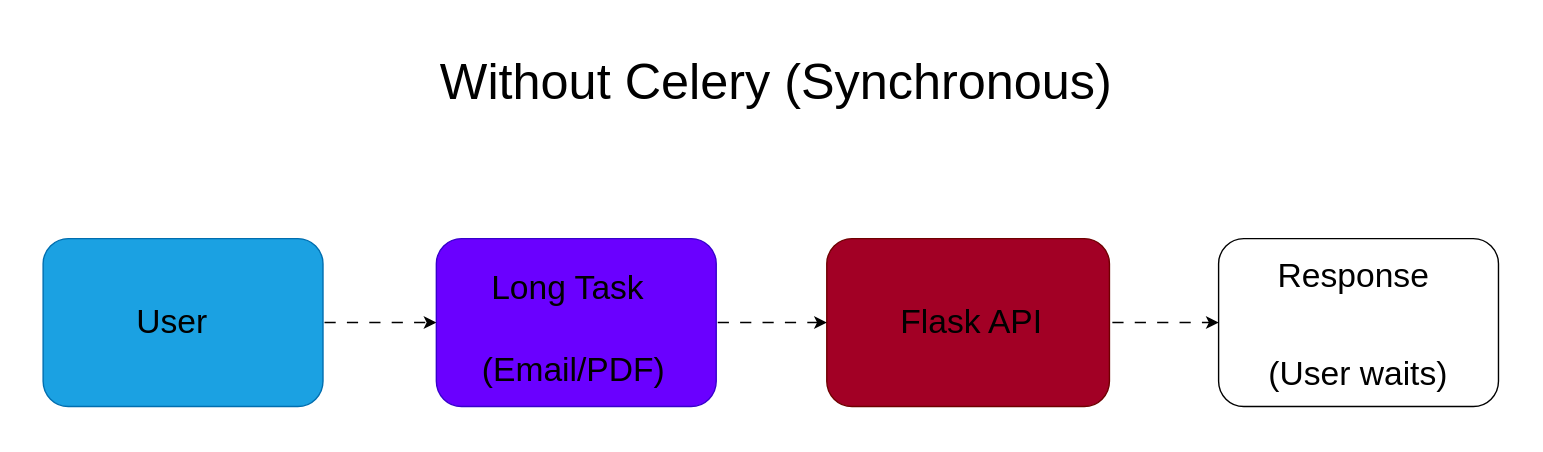
Earlier version of the draw.io export Lab/Lab 5/image/without celery synchronours.drawio.svg (iftakhar-323/lab). Source tidied: cells renumbered, new cells last; positions are measured from the earlier drawing's top-left corner, leaving out a move shared by most shapes.
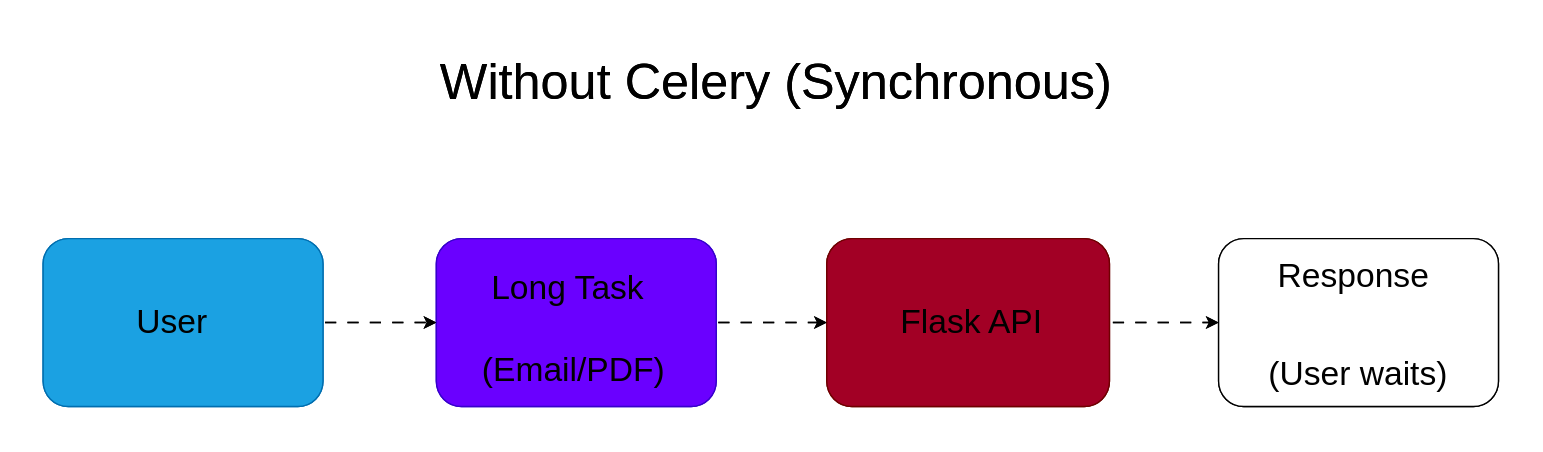
The same diagram one commit later.

Diff of the diagram source:
```diff
@@ -2,43 +2,81 @@
   <root>
     <mxCell id="0" />
     <mxCell id="1" parent="0" />
-    <mxCell id="2" value="&lt;font style=&quot;font-size: 36px;&quot;&gt;Without Celery (Synchronous)&lt;/font&gt;" style="text;whiteSpace=wrap;html=1;" parent="1" vertex="1">
-      <mxGeometry x="282" width="600" height="40" as="geometry" />
-    </mxCell>
-    <mxCell id="3" style="rounded=1;whiteSpace=wrap;html=1;fillColor=light-dark(#1BA1E2,#FFCCCC);strokeColor=#006EAF;fontColor=#ffffff;" parent="1" vertex="1">
-      <mxGeometry y="140" width="200" height="120" as="geometry" />
-    </mxCell>
-    <mxCell id="4" style="rounded=1;whiteSpace=wrap;html=1;fillColor=light-dark(#6A00FF,#FFCCCC);fontColor=#ffffff;strokeColor=#3700CC;" parent="1" vertex="1">
-      <mxGeometry x="281" y="140" width="200" height="120" as="geometry" />
-    </mxCell>
-    <mxCell id="5" style="rounded=1;whiteSpace=wrap;html=1;fillColor=light-dark(#A20025,#FFCCCC);fontColor=#ffffff;strokeColor=#6F0000;" parent="1" vertex="1">
-      <mxGeometry x="560" y="140" width="202" height="120" as="geometry" />
-    </mxCell>
-    <mxCell id="6" value="&lt;font style=&quot;font-size: 24px; color: light-dark(rgb(0, 0, 0), rgb(0, 0, 0));&quot;&gt;User&lt;/font&gt;" style="text;whiteSpace=wrap;html=1;" parent="1" vertex="1">
-      <mxGeometry x="65" y="179" width="60" height="40" as="geometry" />
-    </mxCell>
-    <mxCell id="7" value="&lt;font style=&quot;font-size: 24px; color: light-dark(rgb(0, 0, 0), rgb(0, 0, 0));&quot;&gt;Flask API&lt;/font&gt;" style="text;whiteSpace=wrap;html=1;" parent="1" vertex="1">
-      <mxGeometry x="611" y="179" width="109" height="77" as="geometry" />
-    </mxCell>
-    <mxCell id="8" value="&lt;font style=&quot;font-size: 24px; color: light-dark(rgb(0, 0, 0), rgb(0, 0, 0));&quot;&gt;&amp;nbsp;Long Task&lt;/font&gt;&lt;div&gt;&lt;font style=&quot;font-size: 24px; color: light-dark(rgb(0, 0, 0), rgb(0, 0, 0));&quot;&gt;&lt;br&gt;(Email/PDF)&lt;/font&gt;&lt;/div&gt;" style="text;whiteSpace=wrap;html=1;" parent="1" vertex="1">
-      <mxGeometry x="312" y="155" width="126" height="50" as="geometry" />
-    </mxCell>
-    <mxCell id="9" style="endArrow=classic;html=1;rounded=0;entryX=0;entryY=0.5;entryDx=0;entryDy=0;flowAnimation=1;exitX=1;exitY=0.5;exitDx=0;exitDy=0;" parent="1" edge="1" source="3" target="4">
-      <mxGeometry relative="1" as="geometry" />
-    </mxCell>
-    <mxCell id="10" style="endArrow=classic;html=1;rounded=0;entryX=0;entryY=0.5;entryDx=0;entryDy=0;exitX=1;exitY=0.5;exitDx=0;exitDy=0;flowAnimation=1;" parent="1" edge="1" source="4" target="5">
-      <mxGeometry relative="1" as="geometry" />
-    </mxCell>
-    <mxCell id="11" style="endArrow=classic;html=1;rounded=0;entryX=0;entryY=0.5;entryDx=0;entryDy=0;flowAnimation=1;" parent="1" edge="1" target="12">
-      <mxGeometry relative="1" as="geometry">
-        <mxPoint x="763" y="200" as="sourcePoint" />
-      </mxGeometry>
-    </mxCell>
-    <mxCell id="12" style="rounded=1;whiteSpace=wrap;html=1;fillColor=light-dark(#FFFFFF,#FFCCCC);" parent="1" vertex="1">
-      <mxGeometry x="840" y="140" width="200" height="120" as="geometry" />
-    </mxCell>
-    <mxCell id="13" value="&lt;p&gt;&lt;font style=&quot;font-size: 24px; color: light-dark(rgb(0, 0, 0), rgb(0, 0, 0));&quot;&gt;&amp;nbsp;Response&lt;/font&gt;&lt;/p&gt;&lt;p&gt;&lt;font style=&quot;font-size: 24px; color: light-dark(rgb(0, 0, 0), rgb(0, 0, 0));&quot;&gt;&lt;br&gt;(User waits)&lt;/font&gt;&lt;/p&gt;" style="text;whiteSpace=wrap;html=1;" parent="1" vertex="1">
-      <mxGeometry x="874" y="134" width="144" height="82" as="geometry" />
-    </mxCell>
+    <mxCell id="14" value="&lt;font style=&quot;font-size: 36px;&quot;&gt;Without Celery (Synchronous)&lt;/font&gt;" style="text;whiteSpace=wrap;html=1;" parent="1" vertex="1">
+      <mxGeometry x="282" width="600" height="40" as="geometry" />
+    </mxCell>
+    <mxCell id="15" style="rounded=1;whiteSpace=wrap;html=1;fillColor=light-dark(#1BA1E2,#FFCCCC);strokeColor=#006EAF;fontColor=#ffffff;" parent="1" vertex="1">
+      <mxGeometry y="140" width="200" height="120" as="geometry" />
+    </mxCell>
+    <mxCell id="16" style="rounded=1;whiteSpace=wrap;html=1;fillColor=light-dark(#6A00FF,#FFCCCC);fontColor=#ffffff;strokeColor=#3700CC;" parent="1" vertex="1">
+      <mxGeometry x="281" y="140" width="200" height="120" as="geometry" />
+    </mxCell>
+    <mxCell id="17" style="rounded=1;whiteSpace=wrap;html=1;fillColor=light-dark(#A20025,#FFCCCC);fontColor=#ffffff;strokeColor=#6F0000;" parent="1" vertex="1">
+      <mxGeometry x="560" y="140" width="202" height="120" as="geometry" />
+    </mxCell>
+    <mxCell id="18" value="&lt;font style=&quot;font-size: 24px; color: light-dark(rgb(0, 0, 0), rgb(0, 0, 0));&quot;&gt;User&lt;/font&gt;" style="text;whiteSpace=wrap;html=1;" parent="1" vertex="1">
+      <mxGeometry x="65" y="179" width="60" height="40" as="geometry" />
+    </mxCell>
+    <mxCell id="19" value="&lt;font style=&quot;font-size: 24px; color: light-dark(rgb(0, 0, 0), rgb(0, 0, 0));&quot;&gt;Flask API&lt;/font&gt;" style="text;whiteSpace=wrap;html=1;" parent="1" vertex="1">
+      <mxGeometry x="611" y="179" width="109" height="77" as="geometry" />
+    </mxCell>
+    <mxCell id="20" value="&lt;font style=&quot;font-size: 24px; color: light-dark(rgb(0, 0, 0), rgb(0, 0, 0));&quot;&gt;&amp;nbsp;Long Task&lt;/font&gt;&lt;div&gt;&lt;font style=&quot;font-size: 24px; color: light-dark(rgb(0, 0, 0), rgb(0, 0, 0));&quot;&gt;&lt;br&gt;(Email/PDF)&lt;/font&gt;&lt;/div&gt;" style="text;whiteSpace=wrap;html=1;" parent="1" vertex="1">
+      <mxGeometry x="312" y="155" width="126" height="50" as="geometry" />
+    </mxCell>
+    <mxCell id="21" style="endArrow=classic;html=1;rounded=0;entryX=0;entryY=0.5;entryDx=0;entryDy=0;flowAnimation=1;exitX=1;exitY=0.5;exitDx=0;exitDy=0;" parent="1" edge="1" source="15" target="16">
+      <mxGeometry relative="1" as="geometry" />
+    </mxCell>
+    <mxCell id="22" style="endArrow=classic;html=1;rounded=0;entryX=0;entryY=0.5;entryDx=0;entryDy=0;exitX=1;exitY=0.5;exitDx=0;exitDy=0;flowAnimation=1;" parent="1" edge="1" source="16" target="17">
+      <mxGeometry relative="1" as="geometry" />
+    </mxCell>
+    <mxCell id="23" style="endArrow=classic;html=1;rounded=0;entryX=0;entryY=0.5;entryDx=0;entryDy=0;flowAnimation=1;" parent="1" edge="1" target="24">
+      <mxGeometry relative="1" as="geometry">
+        <mxPoint x="763" y="200" as="sourcePoint" />
+      </mxGeometry>
+    </mxCell>
+    <mxCell id="24" style="rounded=1;whiteSpace=wrap;html=1;fillColor=light-dark(#FFFFFF,#FFCCCC);" parent="1" vertex="1">
+      <mxGeometry x="840" y="140" width="200" height="120" as="geometry" />
+    </mxCell>
+    <mxCell id="25" value="&lt;p&gt;&lt;font style=&quot;font-size: 24px; color: light-dark(rgb(0, 0, 0), rgb(0, 0, 0));&quot;&gt;&amp;nbsp;Response&lt;/font&gt;&lt;/p&gt;&lt;p&gt;&lt;font style=&quot;font-size: 24px; color: light-dark(rgb(0, 0, 0), rgb(0, 0, 0));&quot;&gt;&lt;br&gt;(User waits)&lt;/font&gt;&lt;/p&gt;" style="text;whiteSpace=wrap;html=1;" parent="1" vertex="1">
+      <mxGeometry x="874" y="134" width="144" height="82" as="geometry" />
+    </mxCell>
+    <mxCell id="26" value="&lt;font style=&quot;font-size: 36px;&quot;&gt;Without Celery (Synchronous)&lt;/font&gt;" style="text;whiteSpace=wrap;html=1;" parent="1" vertex="1">
+      <mxGeometry x="282" width="600" height="40" as="geometry" />
+    </mxCell>
+    <mxCell id="27" style="rounded=1;whiteSpace=wrap;html=1;fillColor=light-dark(#1BA1E2,#FFCCCC);strokeColor=#006EAF;fontColor=#ffffff;" parent="1" vertex="1">
+      <mxGeometry y="140" width="200" height="120" as="geometry" />
+    </mxCell>
+    <mxCell id="28" style="rounded=1;whiteSpace=wrap;html=1;fillColor=light-dark(#6A00FF,#FFCCCC);fontColor=#ffffff;strokeColor=#3700CC;" parent="1" vertex="1">
+      <mxGeometry x="281" y="140" width="200" height="120" as="geometry" />
+    </mxCell>
+    <mxCell id="29" style="rounded=1;whiteSpace=wrap;html=1;fillColor=light-dark(#A20025,#FFCCCC);fontColor=#ffffff;strokeColor=#6F0000;" parent="1" vertex="1">
+      <mxGeometry x="560" y="140" width="202" height="120" as="geometry" />
+    </mxCell>
+    <mxCell id="30" value="&lt;font style=&quot;font-size: 24px; color: light-dark(rgb(0, 0, 0), rgb(0, 0, 0));&quot;&gt;User&lt;/font&gt;" style="text;whiteSpace=wrap;html=1;" parent="1" vertex="1">
+      <mxGeometry x="65" y="179" width="60" height="40" as="geometry" />
+    </mxCell>
+    <mxCell id="31" value="&lt;font style=&quot;font-size: 24px; color: light-dark(rgb(0, 0, 0), rgb(0, 0, 0));&quot;&gt;Flask API&lt;/font&gt;" style="text;whiteSpace=wrap;html=1;" parent="1" vertex="1">
+      <mxGeometry x="611" y="179" width="109" height="77" as="geometry" />
+    </mxCell>
+    <mxCell id="32" value="&lt;font style=&quot;font-size: 24px; color: light-dark(rgb(0, 0, 0), rgb(0, 0, 0));&quot;&gt;&amp;nbsp;Long Task&lt;/font&gt;&lt;div&gt;&lt;font style=&quot;font-size: 24px; color: light-dark(rgb(0, 0, 0), rgb(0, 0, 0));&quot;&gt;&lt;br&gt;(Email/PDF)&lt;/font&gt;&lt;/div&gt;" style="text;whiteSpace=wrap;html=1;" parent="1" vertex="1">
+      <mxGeometry x="312" y="155" width="126" height="50" as="geometry" />
+    </mxCell>
+    <mxCell id="33" style="endArrow=classic;html=1;rounded=0;entryX=0;entryY=0.5;entryDx=0;entryDy=0;flowAnimation=1;exitX=1;exitY=0.5;exitDx=0;exitDy=0;" parent="1" edge="1" source="27" target="28">
+      <mxGeometry relative="1" as="geometry" />
+    </mxCell>
+    <mxCell id="34" style="endArrow=classic;html=1;rounded=0;entryX=0;entryY=0.5;entryDx=0;entryDy=0;exitX=1;exitY=0.5;exitDx=0;exitDy=0;flowAnimation=1;" parent="1" edge="1" source="28" target="29">
+      <mxGeometry relative="1" as="geometry" />
+    </mxCell>
+    <mxCell id="35" style="endArrow=classic;html=1;rounded=0;entryX=0;entryY=0.5;entryDx=0;entryDy=0;flowAnimation=1;" parent="1" edge="1" target="36">
+      <mxGeometry relative="1" as="geometry">
+        <mxPoint x="763" y="200" as="sourcePoint" />
+      </mxGeometry>
+    </mxCell>
+    <mxCell id="36" style="rounded=1;whiteSpace=wrap;html=1;fillColor=light-dark(#FFFFFF,#FFCCCC);" parent="1" vertex="1">
+      <mxGeometry x="840" y="140" width="200" height="120" as="geometry" />
+    </mxCell>
+    <mxCell id="37" value="&lt;p&gt;&lt;font style=&quot;font-size: 24px; color: light-dark(rgb(0, 0, 0), rgb(0, 0, 0));&quot;&gt;&amp;nbsp;Response&lt;/font&gt;&lt;/p&gt;&lt;p&gt;&lt;font style=&quot;font-size: 24px; color: light-dark(rgb(0, 0, 0), rgb(0, 0, 0));&quot;&gt;&lt;br&gt;(User waits)&lt;/font&gt;&lt;/p&gt;" style="text;whiteSpace=wrap;html=1;" parent="1" vertex="1">
+      <mxGeometry x="874" y="134" width="144" height="82" as="geometry" />
+    </mxCell>
   </root>
 </mxGraphModel>
```
